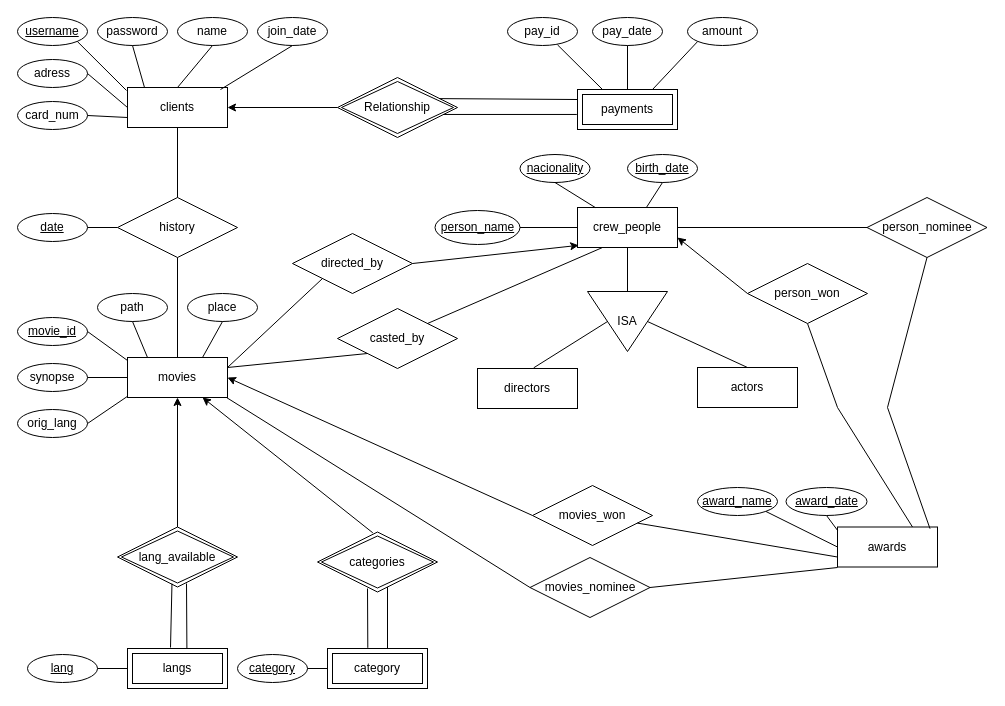
The draw.io diagram BD-2 .drawio in MiguelNdeCarvalho/BD-Work-2, before the edit. Source tidied: cells renumbered, new cells numbered last; positions are measured from the earlier drawing's top-left corner, leaving out a move shared by most shapes. Both pictures are drawn from the tidied source at 100%, with x=0, y=0 at pixel (17, 17).
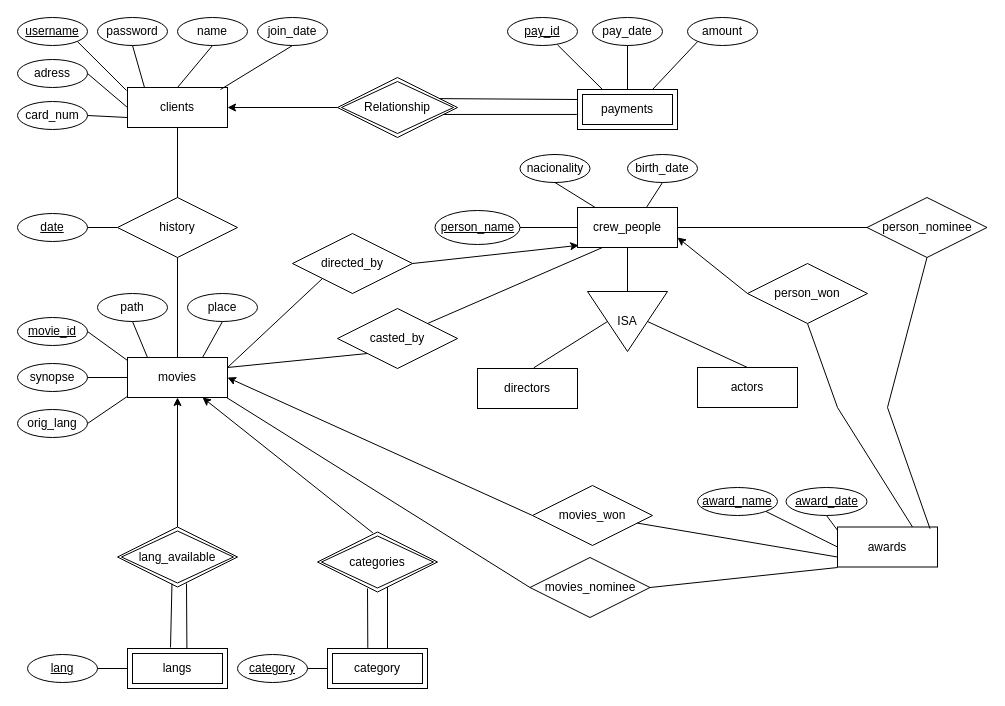
The same page after the edit.

Commit message:
er model: finnally all fixed

Change to the diagram source:
```diff
@@
-    <mxCell id="36" value="pay_id" style="ellipse;whiteSpace=wrap;html=1;align=center;" parent="1" vertex="1">
+    <mxCell id="36" value="pay_id" style="ellipse;whiteSpace=wrap;html=1;align=center;fontStyle=4;" parent="1" vertex="1">
       <mxGeometry x="490" width="70" height="28" as="geometry" />
     </mxCell>
@@
-    <mxCell id="59" value="nacionality" style="ellipse;whiteSpace=wrap;html=1;align=center;fontStyle=4;" parent="1" vertex="1">
+    <mxCell id="59" value="nacionality" style="ellipse;whiteSpace=wrap;html=1;align=center;fontStyle=0;" parent="1" vertex="1">
       <mxGeometry x="502.5" y="137" width="70" height="28" as="geometry" />
     </mxCell>
-    <mxCell id="60" value="birth_date" style="ellipse;whiteSpace=wrap;html=1;align=center;fontStyle=4;" parent="1" vertex="1">
+    <mxCell id="60" value="birth_date" style="ellipse;whiteSpace=wrap;html=1;align=center;fontStyle=0;" parent="1" vertex="1">
       <mxGeometry x="610" y="137" width="70" height="28" as="geometry" />
     </mxCell>
```
